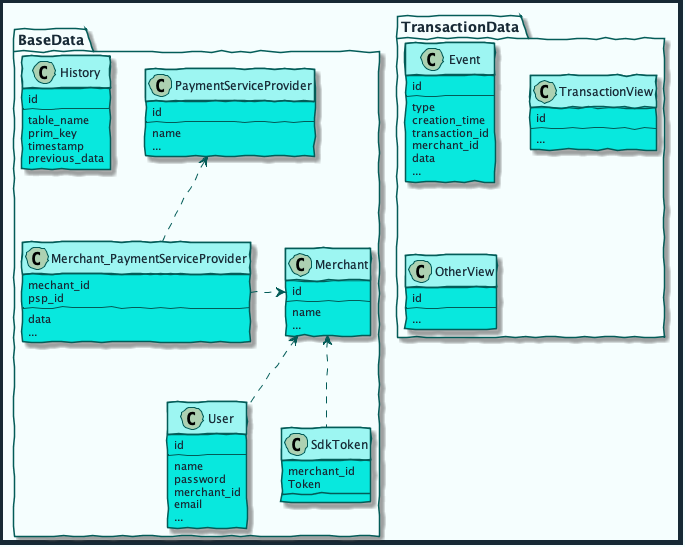
Before: diagrams/out/erm.png, a diagram exported from PlantUML (mobilabsolutions/stash-sdk-wiki).
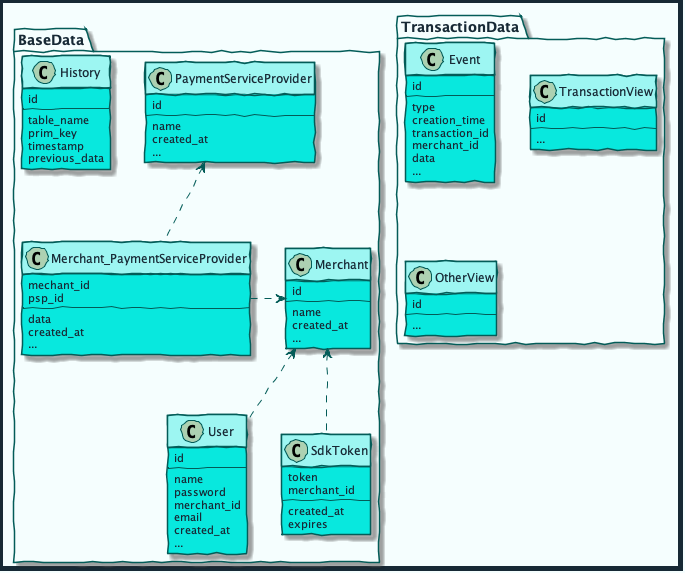
Above is the later version.

What changed in the source:
```diff
@@ -45,6 +45,7 @@
         password
         merchant_id
         email
+        created_at
         ...
     }
 
@@ -52,6 +53,7 @@
         id
         --
         name
+        created_at
         ...
     }
 
@@ -60,6 +62,7 @@
         psp_id
         --
         data
+        created_at
         ...
     }
 
@@ -67,6 +70,7 @@
         id
         --
         name
+        created_at
         ...
     }
 
@@ -80,8 +84,11 @@
     }
 
     class SdkToken {
+        token
         merchant_id
-        Token
+        --
+        created_at
+        expires
     }
 
     Merchant_PaymentServiceProvider .> Merchant
```
